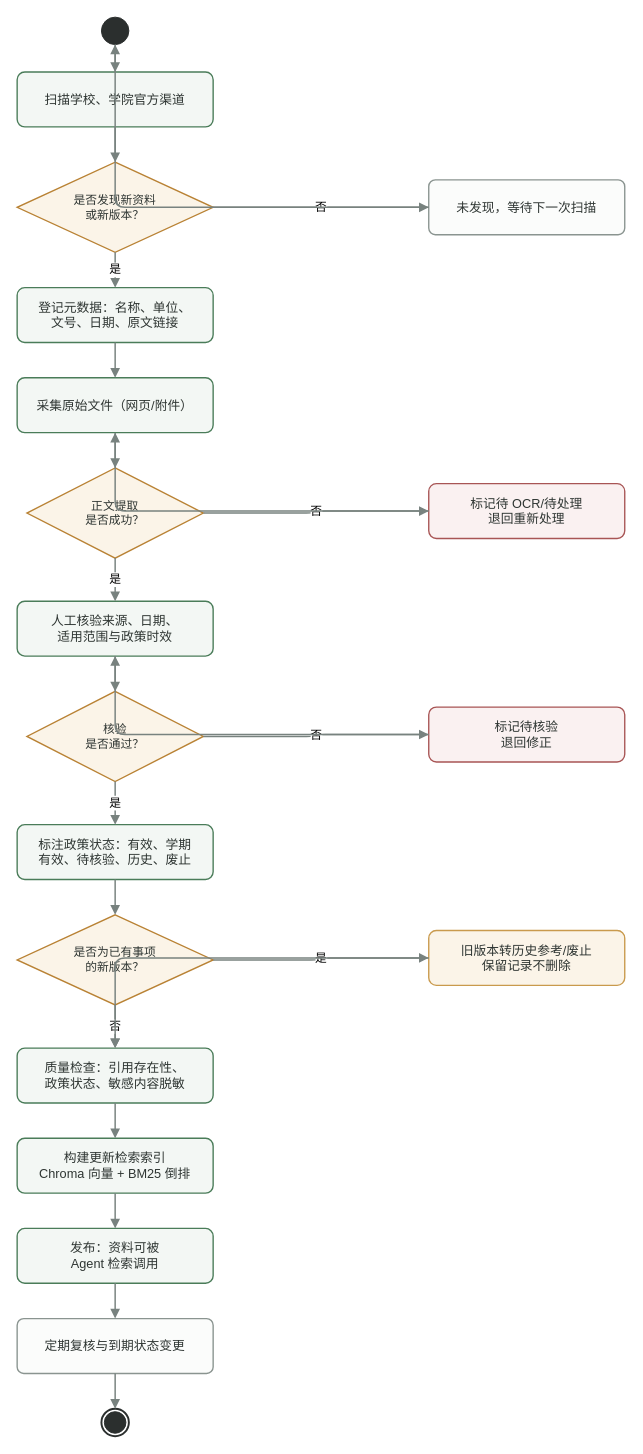
The draw.io diagram docs/assignment-02/system-design/diagrams/business-process/知识库维护业务流程_v1.drawio in yz-Yezi-Genm/CodeMind-FZU, before the edit. Source tidied: cells renumbered, new cells numbered last; positions are measured from the earlier drawing's top-left corner, leaving out a move shared by most shapes. Both pictures are drawn from the tidied source at 98%, with x=0, y=0 at pixel (17, 17).
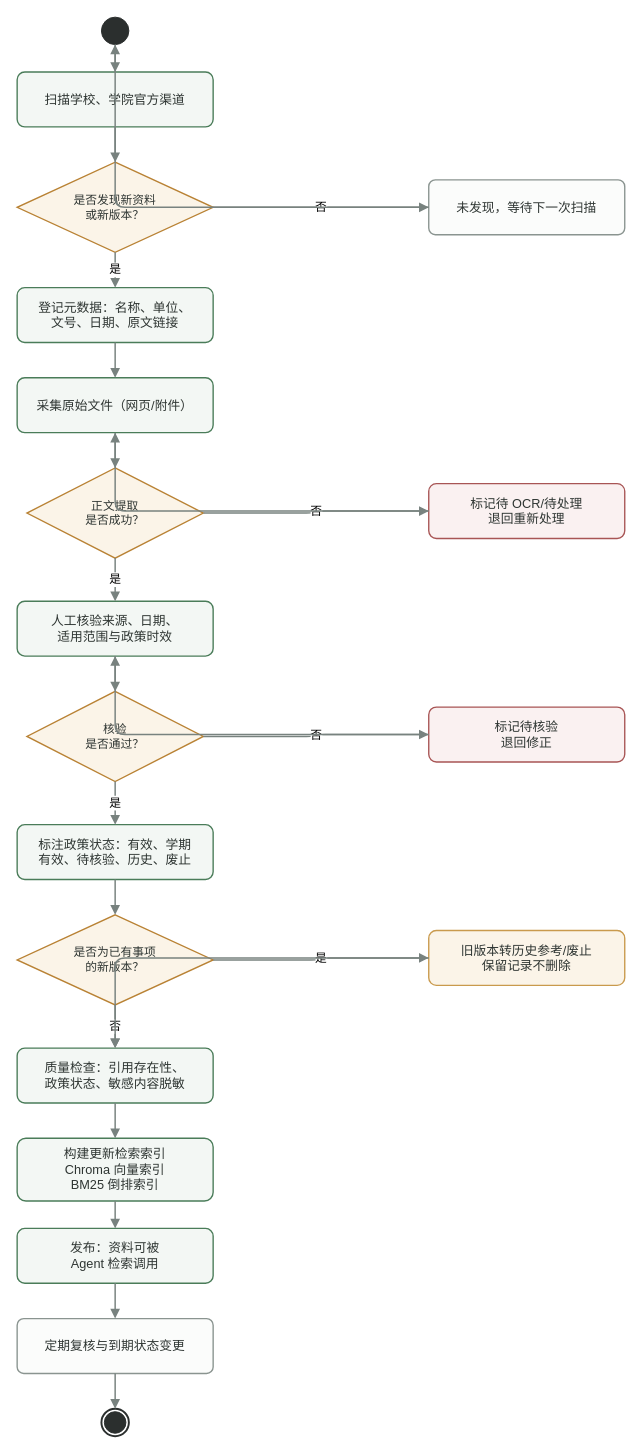
After the change.

Commit message (it also covers changes not shown here):
docs: 竞赛活动图区分草稿与最终回答并分事项判断，标注交换出国资料缺口，统一索引术语

Diff of the diagram source:
```diff
@@
-    <mxCell id="17" value="构建更新检索索引&#10;Chroma 向量 + BM25 倒排" style="rounded=1;whiteSpace=wrap;html=1;arcSize=14;fillColor=#f3f7f4;strokeColor=#4a7c59;fontColor=#2e3532;fontSize=13;strokeWidth=1.4;" parent="1" vertex="1">
-      <mxGeometry y="1144" width="200" height="56" as="geometry" />
+    <mxCell id="17" value="构建更新检索索引&#10;Chroma 向量索引&#10;BM25 倒排索引" style="rounded=1;whiteSpace=wrap;html=1;arcSize=14;fillColor=#f3f7f4;strokeColor=#4a7c59;fontColor=#2e3532;fontSize=13;strokeWidth=1.4;" parent="1" vertex="1">
+      <mxGeometry y="1144" width="200" height="64" as="geometry" />
     </mxCell>
```
